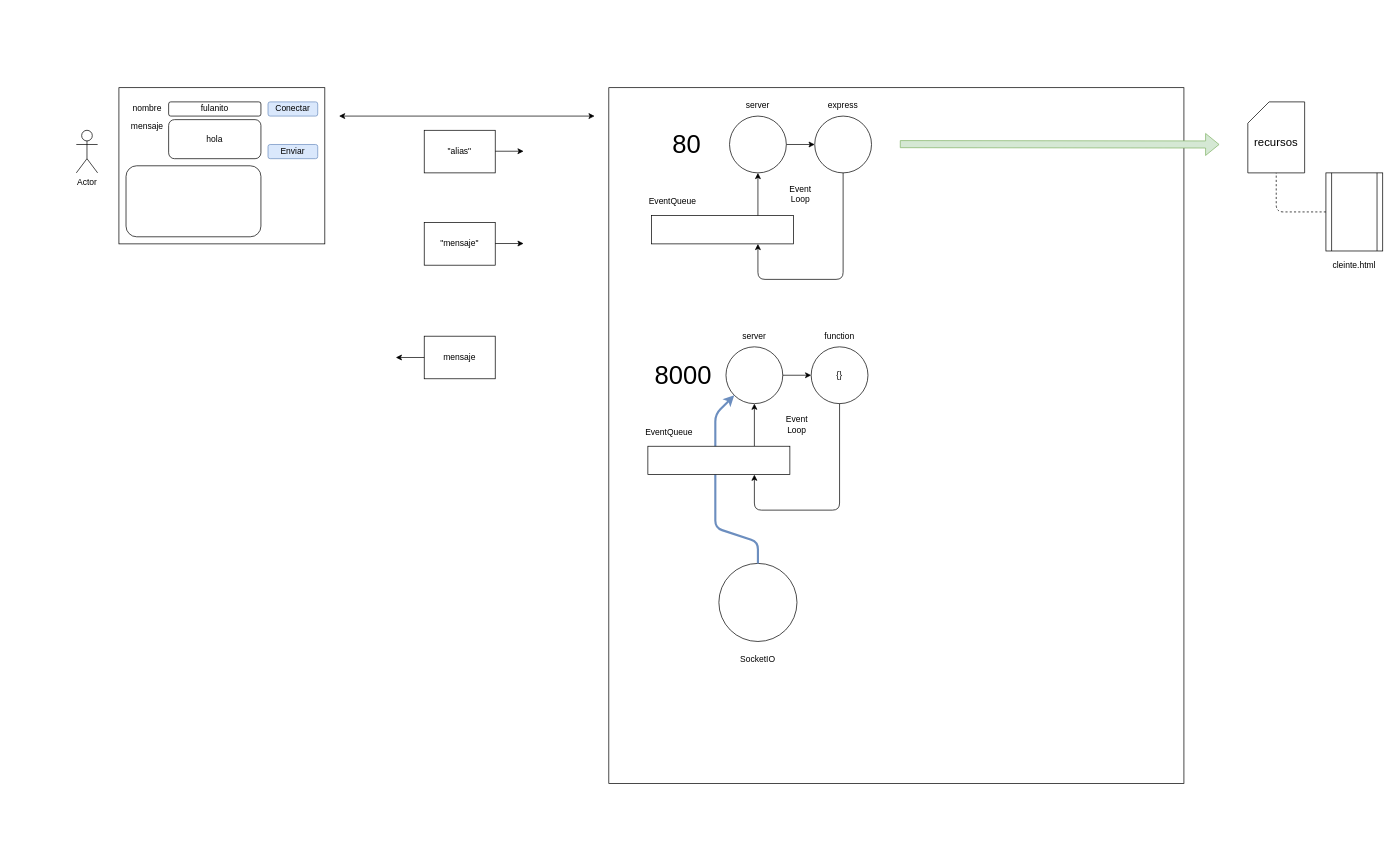
Earlier version of the draw.io diagram page "Página-52-Chat" (52 of 52) of dibujos.drawio (lrag/MEAN_2021_2). Source tidied: cells renumbered, new cells numbered last; positions are measured from the earlier drawing's top-left corner, leaving out a move shared by most shapes. Both pictures are drawn from the tidied source at 71%, with x=0, y=0 at pixel (76, 87).
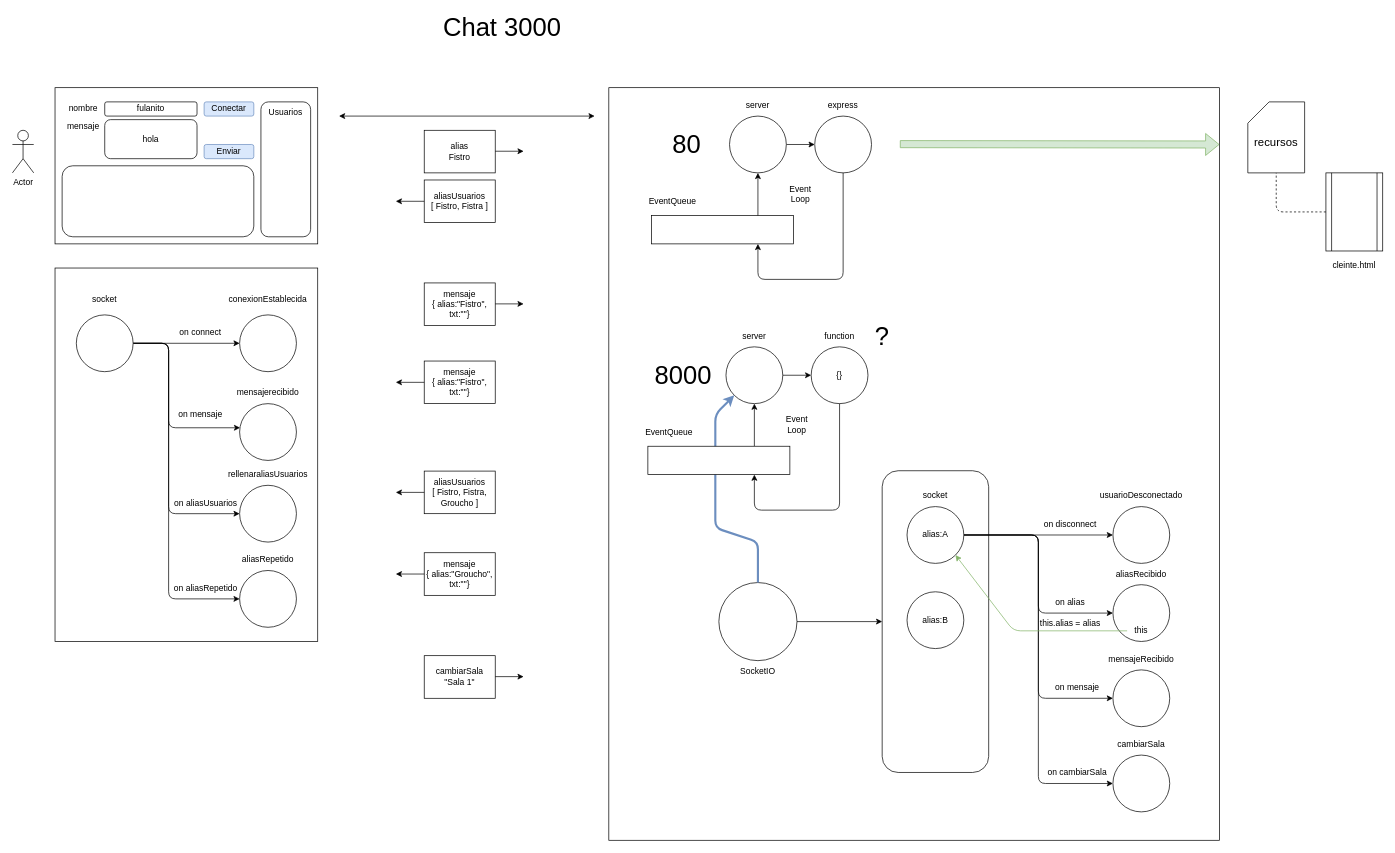
Above is the later version.

Commit message (it also covers changes not shown here):
Chat 3000, el no va mas de 1999

The edit, as a diff of the source:
```diff
@@
+    <mxCell id="9" style="rounded=0;whiteSpace=wrap;html=1;fontSize=12;" parent="1" vertex="1">
+      <mxGeometry x="750" width="860" height="1060" as="geometry" />
+    </mxCell>
+    <mxCell id="49" style="rounded=1;whiteSpace=wrap;html=1;fontSize=12;" parent="1" vertex="1">
+      <mxGeometry x="1135" y="539.5" width="150" height="425" as="geometry" />
+    </mxCell>
     <mxCell id="2" style="rounded=0;whiteSpace=wrap;html=1;fontSize=12;" parent="1" vertex="1">
-      <mxGeometry x="60" width="290" height="220" as="geometry" />
+      <mxGeometry x="-30" width="370" height="220" as="geometry" />
     </mxCell>
     <mxCell id="3" value="fulanito" style="rounded=1;whiteSpace=wrap;html=1;fontSize=12;" parent="1" vertex="1">
-      <mxGeometry x="130" y="20" width="130" height="20" as="geometry" />
+      <mxGeometry x="40" y="20" width="130" height="20" as="geometry" />
     </mxCell>
     <mxCell id="4" value="nombre" style="text;html=1;strokeColor=none;fillColor=none;align=center;verticalAlign=middle;whiteSpace=wrap;rounded=0;fontSize=12;" parent="1" vertex="1">
-      <mxGeometry x="70" y="15" width="60" height="30" as="geometry" />
+      <mxGeometry x="-20" y="15" width="60" height="30" as="geometry" />
     </mxCell>
     <mxCell id="5" value="hola" style="rounded=1;whiteSpace=wrap;html=1;fontSize=12;" parent="1" vertex="1">
-      <mxGeometry x="130" y="45" width="130" height="55" as="geometry" />
+      <mxGeometry x="40" y="45" width="130" height="55" as="geometry" />
     </mxCell>
     <mxCell id="6" value="mensaje" style="text;html=1;strokeColor=none;fillColor=none;align=center;verticalAlign=middle;whiteSpace=wrap;rounded=0;fontSize=12;" parent="1" vertex="1">
-      <mxGeometry x="70" y="40" width="60" height="30" as="geometry" />
+      <mxGeometry x="-20" y="40" width="60" height="30" as="geometry" />
     </mxCell>
     <mxCell id="7" style="rounded=1;whiteSpace=wrap;html=1;fontSize=12;" parent="1" vertex="1">
-      <mxGeometry x="70" y="110" width="190" height="100" as="geometry" />
+      <mxGeometry x="-20" y="110" width="270" height="100" as="geometry" />
     </mxCell>
     <mxCell id="8" value="Actor" style="shape=umlActor;verticalLabelPosition=bottom;verticalAlign=top;html=1;fontSize=12;" parent="1" vertex="1">
-      <mxGeometry y="60" width="30" height="60" as="geometry" />
+      <mxGeometry x="-90" y="60" width="30" height="60" as="geometry" />
     </mxCell>
-    <mxCell id="9" style="rounded=0;whiteSpace=wrap;html=1;fontSize=12;" parent="1" vertex="1">
-      <mxGeometry x="750" width="810" height="980" as="geometry" />
-    </mxCell>
@@
+    <mxCell id="50" style="edgeStyle=orthogonalEdgeStyle;rounded=1;jettySize=auto;html=1;fontSize=12;strokeWidth=1;" parent="1" edge="1" source="36" target="49">
+      <mxGeometry relative="1" as="geometry" />
+    </mxCell>
     <mxCell id="36" style="ellipse;whiteSpace=wrap;html=1;fontSize=12;" parent="1" vertex="1">
-      <mxGeometry x="905" y="670" width="110" height="110" as="geometry" />
+      <mxGeometry x="905" y="697" width="110" height="110" as="geometry" />
     </mxCell>
@@
     <mxCell id="39" value="SocketIO" style="text;html=1;strokeColor=none;fillColor=none;align=center;verticalAlign=middle;whiteSpace=wrap;rounded=0;fontSize=12;" parent="1" vertex="1">
-      <mxGeometry x="930" y="790" width="60" height="30" as="geometry" />
+      <mxGeometry x="930" y="807" width="60" height="30" as="geometry" />
     </mxCell>
     <mxCell id="40" value="Conectar" style="rounded=1;whiteSpace=wrap;html=1;fontSize=12;fillColor=#dae8fc;strokeColor=#6c8ebf;" parent="1" vertex="1">
-      <mxGeometry x="270" y="20" width="70" height="20" as="geometry" />
+      <mxGeometry x="180" y="20" width="70" height="20" as="geometry" />
     </mxCell>
     <mxCell id="41" value="Enviar" style="rounded=1;whiteSpace=wrap;html=1;fontSize=12;fillColor=#dae8fc;strokeColor=#6c8ebf;" parent="1" vertex="1">
-      <mxGeometry x="270" y="80" width="70" height="20" as="geometry" />
+      <mxGeometry x="180" y="80" width="70" height="20" as="geometry" />
     </mxCell>
@@
-    <mxCell id="43" value="&quot;alias&quot;" style="rounded=0;whiteSpace=wrap;html=1;strokeWidth=1;fillColor=none;" parent="1" vertex="1">
+    <mxCell id="43" value="alias&lt;br&gt;Fistro&lt;br&gt;" style="rounded=0;whiteSpace=wrap;html=1;strokeWidth=1;fillColor=none;" parent="1" vertex="1">
       <mxGeometry x="490" y="60" width="100" height="60" as="geometry" />
     </mxCell>
-    <mxCell id="44" value="mensaje" style="rounded=0;whiteSpace=wrap;html=1;strokeWidth=1;fillColor=none;" parent="1" vertex="1">
-      <mxGeometry x="490" y="350" width="100" height="60" as="geometry" />
+    <mxCell id="44" value="mensaje&lt;br&gt;{ alias:&quot;Fistro&quot;, txt:&quot;&quot;}" style="rounded=0;whiteSpace=wrap;html=1;strokeWidth=1;fillColor=none;" parent="1" vertex="1">
+      <mxGeometry x="490" y="385" width="100" height="60" as="geometry" />
     </mxCell>
@@
     <mxCell id="46" style="endArrow=classic;html=1;" parent="1" edge="1">
       <mxGeometry relative="1" as="geometry">
-        <mxPoint x="490" y="380" as="sourcePoint" />
-        <mxPoint x="450" y="380" as="targetPoint" />
+        <mxPoint x="490" y="415" as="sourcePoint" />
+        <mxPoint x="450" y="415" as="targetPoint" />
       </mxGeometry>
     </mxCell>
-    <mxCell id="47" value="&quot;mensaje&quot;" style="rounded=0;whiteSpace=wrap;html=1;strokeWidth=1;fillColor=none;" parent="1" vertex="1">
-      <mxGeometry x="490" y="190" width="100" height="60" as="geometry" />
+    <mxCell id="47" value="mensaje&lt;br&gt;{ alias:&quot;Fistro&quot;, txt:&quot;&quot;}" style="rounded=0;whiteSpace=wrap;html=1;strokeWidth=1;fillColor=none;" parent="1" vertex="1">
+      <mxGeometry x="490" y="275" width="100" height="60" as="geometry" />
     </mxCell>
     <mxCell id="48" style="endArrow=classic;html=1;" parent="1" edge="1">
       <mxGeometry relative="1" as="geometry">
-        <mxPoint x="590" y="219.5" as="sourcePoint" />
-        <mxPoint x="630" y="219.5" as="targetPoint" />
+        <mxPoint x="590" y="304.5" as="sourcePoint" />
+        <mxPoint x="630" y="304.5" as="targetPoint" />
       </mxGeometry>
     </mxCell>
+    <mxCell id="51" style="edgeStyle=orthogonalEdgeStyle;rounded=1;jettySize=auto;html=1;fontSize=12;strokeWidth=1;" parent="1" edge="1" source="55" target="57">
+      <mxGeometry relative="1" as="geometry" />
+    </mxCell>
+    <mxCell id="52" style="edgeStyle=orthogonalEdgeStyle;rounded=1;jettySize=auto;html=1;entryX=0;entryY=0.5;entryDx=0;entryDy=0;fontSize=12;strokeWidth=1;" parent="1" edge="1" source="55" target="59">
+      <mxGeometry relative="1" as="geometry" />
+    </mxCell>
+    <mxCell id="53" style="edgeStyle=orthogonalEdgeStyle;rounded=1;jettySize=auto;html=1;entryX=0;entryY=0.5;entryDx=0;entryDy=0;fontSize=36;strokeWidth=1;" parent="1" edge="1" source="55" target="67">
+      <mxGeometry relative="1" as="geometry" />
+    </mxCell>
+    <mxCell id="54" style="edgeStyle=orthogonalEdgeStyle;rounded=1;jettySize=auto;html=1;entryX=0;entryY=0.5;entryDx=0;entryDy=0;fontSize=36;strokeWidth=1;" parent="1" edge="1" source="55" target="98">
+      <mxGeometry relative="1" as="geometry" />
+    </mxCell>
+    <mxCell id="55" value="alias:A" style="ellipse;whiteSpace=wrap;html=1;fontSize=12;" parent="1" vertex="1">
+      <mxGeometry x="1170" y="590" width="80" height="80" as="geometry" />
+    </mxCell>
+    <mxCell id="56" value="socket" style="text;html=1;strokeColor=none;fillColor=none;align=center;verticalAlign=middle;whiteSpace=wrap;rounded=0;fontSize=12;" parent="1" vertex="1">
+      <mxGeometry x="1180" y="560" width="60" height="30" as="geometry" />
+    </mxCell>
+    <mxCell id="57" style="ellipse;whiteSpace=wrap;html=1;fontSize=12;" parent="1" vertex="1">
+      <mxGeometry x="1460" y="590" width="80" height="80" as="geometry" />
+    </mxCell>
+    <mxCell id="58" value="usuarioDesconectado" style="text;html=1;strokeColor=none;fillColor=none;align=center;verticalAlign=middle;whiteSpace=wrap;rounded=0;fontSize=12;" parent="1" vertex="1">
+      <mxGeometry x="1470" y="560" width="60" height="30" as="geometry" />
+    </mxCell>
+    <mxCell id="59" style="ellipse;whiteSpace=wrap;html=1;fontSize=12;" parent="1" vertex="1">
+      <mxGeometry x="1460" y="700" width="80" height="80" as="geometry" />
+    </mxCell>
+    <mxCell id="60" value="aliasRecibido" style="text;html=1;strokeColor=none;fillColor=none;align=center;verticalAlign=middle;whiteSpace=wrap;rounded=0;fontSize=12;" parent="1" vertex="1">
+      <mxGeometry x="1470" y="670" width="60" height="30" as="geometry" />
+    </mxCell>
+    <mxCell id="61" value="on disconnect" style="text;html=1;strokeColor=none;fillColor=none;align=center;verticalAlign=middle;whiteSpace=wrap;rounded=0;fontSize=12;" parent="1" vertex="1">
+      <mxGeometry x="1350" y="600" width="100" height="30" as="geometry" />
+    </mxCell>
+    <mxCell id="62" value="on alias" style="text;html=1;strokeColor=none;fillColor=none;align=center;verticalAlign=middle;whiteSpace=wrap;rounded=0;fontSize=12;" parent="1" vertex="1">
+      <mxGeometry x="1350" y="710" width="100" height="30" as="geometry" />
+    </mxCell>
+    <mxCell id="63" value="this" style="text;html=1;strokeColor=none;fillColor=none;align=center;verticalAlign=middle;whiteSpace=wrap;rounded=0;fontSize=12;" parent="1" vertex="1">
+      <mxGeometry x="1480" y="750" width="40" height="30" as="geometry" />
+    </mxCell>
+    <mxCell id="64" style="endArrow=classic;html=1;rounded=1;fontSize=12;strokeWidth=1;entryX=1;entryY=1;entryDx=0;entryDy=0;exitX=0;exitY=0.5;exitDx=0;exitDy=0;fillColor=#d5e8d4;strokeColor=#82b366;" parent="1" edge="1" source="63" target="55">
+      <mxGeometry relative="1" as="geometry">
+        <Array as="points">
+          <mxPoint x="1320" y="765" />
+        </Array>
+      </mxGeometry>
+    </mxCell>
+    <mxCell id="65" value="this.alias = alias" style="text;html=1;strokeColor=none;fillColor=none;align=center;verticalAlign=middle;whiteSpace=wrap;rounded=0;fontSize=12;" parent="1" vertex="1">
+      <mxGeometry x="1350" y="740" width="100" height="30" as="geometry" />
+    </mxCell>
+    <mxCell id="66" value="alias:B" style="ellipse;whiteSpace=wrap;html=1;fontSize=12;" parent="1" vertex="1">
+      <mxGeometry x="1170" y="710" width="80" height="80" as="geometry" />
+    </mxCell>
+    <mxCell id="67" style="ellipse;whiteSpace=wrap;html=1;fontSize=12;" parent="1" vertex="1">
+      <mxGeometry x="1460" y="820" width="80" height="80" as="geometry" />
+    </mxCell>
+    <mxCell id="68" value="mensajeRecibido" style="text;html=1;strokeColor=none;fillColor=none;align=center;verticalAlign=middle;whiteSpace=wrap;rounded=0;fontSize=12;" parent="1" vertex="1">
+      <mxGeometry x="1470" y="790" width="60" height="30" as="geometry" />
+    </mxCell>
+    <mxCell id="69" value="on mensaje" style="text;html=1;strokeColor=none;fillColor=none;align=center;verticalAlign=middle;whiteSpace=wrap;rounded=0;fontSize=12;" parent="1" vertex="1">
+      <mxGeometry x="1370" y="830" width="80" height="30" as="geometry" />
+    </mxCell>
+    <mxCell id="70" style="rounded=1;whiteSpace=wrap;html=1;fontSize=12;" parent="1" vertex="1">
+      <mxGeometry x="260" y="20" width="70" height="190" as="geometry" />
+    </mxCell>
+    <mxCell id="71" value="Usuarios" style="text;html=1;strokeColor=none;fillColor=none;align=center;verticalAlign=middle;whiteSpace=wrap;rounded=0;fontSize=12;" parent="1" vertex="1">
+      <mxGeometry x="265" y="20" width="60" height="30" as="geometry" />
+    </mxCell>
+    <mxCell id="72" style="rounded=0;whiteSpace=wrap;html=1;fontSize=12;" parent="1" vertex="1">
+      <mxGeometry x="-30" y="254" width="370" height="526" as="geometry" />
+    </mxCell>
+    <mxCell id="73" style="edgeStyle=orthogonalEdgeStyle;rounded=1;jettySize=auto;html=1;fontSize=12;strokeWidth=1;" parent="1" edge="1" source="77" target="79">
+      <mxGeometry relative="1" as="geometry" />
+    </mxCell>
+    <mxCell id="74" style="edgeStyle=orthogonalEdgeStyle;rounded=1;jettySize=auto;html=1;entryX=0.008;entryY=0.425;entryDx=0;entryDy=0;entryPerimeter=0;fontSize=12;strokeWidth=1;" parent="1" edge="1" source="77" target="80">
+      <mxGeometry relative="1" as="geometry">
+        <Array as="points">
+          <mxPoint x="130" y="360" />
+          <mxPoint x="130" y="479" />
+        </Array>
+      </mxGeometry>
+    </mxCell>
+    <mxCell id="75" style="edgeStyle=orthogonalEdgeStyle;rounded=1;jettySize=auto;html=1;entryX=0;entryY=0.5;entryDx=0;entryDy=0;fontSize=12;strokeWidth=1;" parent="1" edge="1" source="77" target="81">
+      <mxGeometry relative="1" as="geometry">
+        <Array as="points">
+          <mxPoint x="130" y="360" />
+          <mxPoint x="130" y="600" />
+        </Array>
+      </mxGeometry>
+    </mxCell>
+    <mxCell id="76" style="edgeStyle=orthogonalEdgeStyle;rounded=1;jettySize=auto;html=1;entryX=0;entryY=0.5;entryDx=0;entryDy=0;fontSize=12;strokeWidth=1;" parent="1" edge="1" source="77" target="82">
+      <mxGeometry relative="1" as="geometry">
+        <Array as="points">
+          <mxPoint x="130" y="360" />
+          <mxPoint x="130" y="720" />
+        </Array>
+      </mxGeometry>
+    </mxCell>
+    <mxCell id="77" style="ellipse;whiteSpace=wrap;html=1;fontSize=12;" parent="1" vertex="1">
+      <mxGeometry y="320" width="80" height="80" as="geometry" />
+    </mxCell>
+    <mxCell id="78" value="socket" style="text;html=1;strokeColor=none;fillColor=none;align=center;verticalAlign=middle;whiteSpace=wrap;rounded=0;fontSize=12;" parent="1" vertex="1">
+      <mxGeometry x="10" y="284" width="60" height="30" as="geometry" />
+    </mxCell>
+    <mxCell id="79" style="ellipse;whiteSpace=wrap;html=1;fontSize=12;" parent="1" vertex="1">
+      <mxGeometry x="230" y="320" width="80" height="80" as="geometry" />
+    </mxCell>
+    <mxCell id="80" style="ellipse;whiteSpace=wrap;html=1;fontSize=12;" parent="1" vertex="1">
+      <mxGeometry x="230" y="445" width="80" height="80" as="geometry" />
+    </mxCell>
+    <mxCell id="81" style="ellipse;whiteSpace=wrap;html=1;fontSize=12;" parent="1" vertex="1">
+      <mxGeometry x="230" y="560" width="80" height="80" as="geometry" />
+    </mxCell>
+    <mxCell id="82" style="ellipse;whiteSpace=wrap;html=1;fontSize=12;" parent="1" vertex="1">
+      <mxGeometry x="230" y="680" width="80" height="80" as="geometry" />
+    </mxCell>
+    <mxCell id="83" value="on connect" style="text;html=1;strokeColor=none;fillColor=none;align=center;verticalAlign=middle;whiteSpace=wrap;rounded=0;fontSize=12;" parent="1" vertex="1">
+      <mxGeometry x="130" y="330" width="90" height="30" as="geometry" />
+    </mxCell>
+    <mxCell id="84" value="conexionEstablecida" style="text;html=1;strokeColor=none;fillColor=none;align=center;verticalAlign=middle;whiteSpace=wrap;rounded=0;fontSize=12;" parent="1" vertex="1">
+      <mxGeometry x="240" y="284" width="60" height="30" as="geometry" />
+    </mxCell>
+    <mxCell id="85" value="on mensaje" style="text;html=1;strokeColor=none;fillColor=none;align=center;verticalAlign=middle;whiteSpace=wrap;rounded=0;fontSize=12;" parent="1" vertex="1">
+      <mxGeometry x="130" y="445" width="90" height="30" as="geometry" />
+    </mxCell>
+    <mxCell id="86" value="mensajerecibido" style="text;html=1;strokeColor=none;fillColor=none;align=center;verticalAlign=middle;whiteSpace=wrap;rounded=0;fontSize=12;" parent="1" vertex="1">
+      <mxGeometry x="240" y="415" width="60" height="30" as="geometry" />
+    </mxCell>
+    <mxCell id="87" value="on aliasUsuarios" style="text;html=1;strokeColor=none;fillColor=none;align=center;verticalAlign=middle;whiteSpace=wrap;rounded=0;fontSize=12;" parent="1" vertex="1">
+      <mxGeometry x="130" y="570" width="105" height="30" as="geometry" />
+    </mxCell>
+    <mxCell id="88" value="on aliasRepetido" style="text;html=1;strokeColor=none;fillColor=none;align=center;verticalAlign=middle;whiteSpace=wrap;rounded=0;fontSize=12;" parent="1" vertex="1">
+      <mxGeometry x="130" y="690" width="105" height="30" as="geometry" />
+    </mxCell>
+    <mxCell id="89" value="aliasRepetido" style="text;html=1;strokeColor=none;fillColor=none;align=center;verticalAlign=middle;whiteSpace=wrap;rounded=0;fontSize=12;" parent="1" vertex="1">
+      <mxGeometry x="240" y="650" width="60" height="30" as="geometry" />
+    </mxCell>
+    <mxCell id="90" value="rellenaraliasUsuarios" style="text;html=1;strokeColor=none;fillColor=none;align=center;verticalAlign=middle;whiteSpace=wrap;rounded=0;fontSize=12;" parent="1" vertex="1">
+      <mxGeometry x="240" y="530" width="60" height="30" as="geometry" />
+    </mxCell>
+    <mxCell id="91" value="aliasUsuarios&lt;br&gt;[ Fistro, Fistra ]" style="rounded=0;whiteSpace=wrap;html=1;strokeWidth=1;fillColor=none;" parent="1" vertex="1">
+      <mxGeometry x="490" y="130" width="100" height="60" as="geometry" />
+    </mxCell>
+    <mxCell id="92" style="endArrow=classic;html=1;" parent="1" edge="1">
+      <mxGeometry relative="1" as="geometry">
+        <mxPoint x="490" y="160" as="sourcePoint" />
+        <mxPoint x="450" y="160" as="targetPoint" />
+      </mxGeometry>
+    </mxCell>
+    <mxCell id="93" value="mensaje&lt;br&gt;{ alias:&quot;Groucho&quot;, txt:&quot;&quot;}" style="rounded=0;whiteSpace=wrap;html=1;strokeWidth=1;fillColor=none;" parent="1" vertex="1">
+      <mxGeometry x="490" y="655" width="100" height="60" as="geometry" />
+    </mxCell>
+    <mxCell id="94" style="endArrow=classic;html=1;" parent="1" edge="1">
+      <mxGeometry relative="1" as="geometry">
+        <mxPoint x="490" y="685" as="sourcePoint" />
+        <mxPoint x="450" y="685" as="targetPoint" />
+      </mxGeometry>
+    </mxCell>
+    <mxCell id="95" value="aliasUsuarios&lt;br&gt;[ Fistro, Fistra, Groucho ]" style="rounded=0;whiteSpace=wrap;html=1;strokeWidth=1;fillColor=none;" parent="1" vertex="1">
+      <mxGeometry x="490" y="540" width="100" height="60" as="geometry" />
+    </mxCell>
+    <mxCell id="96" style="endArrow=classic;html=1;" parent="1" edge="1">
+      <mxGeometry relative="1" as="geometry">
+        <mxPoint x="490" y="570" as="sourcePoint" />
+        <mxPoint x="450" y="570" as="targetPoint" />
+      </mxGeometry>
+    </mxCell>
+    <mxCell id="97" value="&lt;font style=&quot;font-size: 36px&quot;&gt;?&lt;/font&gt;" style="text;html=1;strokeColor=none;fillColor=none;align=center;verticalAlign=middle;whiteSpace=wrap;rounded=0;fontSize=12;" parent="1" vertex="1">
+      <mxGeometry x="1105" y="335" width="60" height="30" as="geometry" />
+    </mxCell>
+    <mxCell id="98" style="ellipse;whiteSpace=wrap;html=1;fontSize=12;" parent="1" vertex="1">
+      <mxGeometry x="1460" y="940" width="80" height="80" as="geometry" />
+    </mxCell>
+    <mxCell id="99" value="cambiarSala" style="text;html=1;strokeColor=none;fillColor=none;align=center;verticalAlign=middle;whiteSpace=wrap;rounded=0;fontSize=12;" parent="1" vertex="1">
+      <mxGeometry x="1470" y="910" width="60" height="30" as="geometry" />
+    </mxCell>
+    <mxCell id="100" value="on cambiarSala" style="text;html=1;strokeColor=none;fillColor=none;align=center;verticalAlign=middle;whiteSpace=wrap;rounded=0;fontSize=12;" parent="1" vertex="1">
+      <mxGeometry x="1365" y="950" width="90" height="30" as="geometry" />
+    </mxCell>
+    <mxCell id="101" value="cambiarSala&lt;br&gt;&quot;Sala 1&quot;" style="rounded=0;whiteSpace=wrap;html=1;strokeWidth=1;fillColor=none;" parent="1" vertex="1">
+      <mxGeometry x="490" y="800" width="100" height="60" as="geometry" />
+    </mxCell>
+    <mxCell id="102" style="endArrow=classic;html=1;" parent="1" edge="1">
+      <mxGeometry relative="1" as="geometry">
+        <mxPoint x="590" y="829.5" as="sourcePoint" />
+        <mxPoint x="630" y="829.5" as="targetPoint" />
+      </mxGeometry>
+    </mxCell>
+    <mxCell id="103" value="Chat 3000" style="text;html=1;strokeColor=none;fillColor=none;align=center;verticalAlign=middle;whiteSpace=wrap;rounded=0;fontSize=36;" parent="1" vertex="1">
+      <mxGeometry x="490" y="-100" width="220" height="30" as="geometry" />
+    </mxCell>
```
